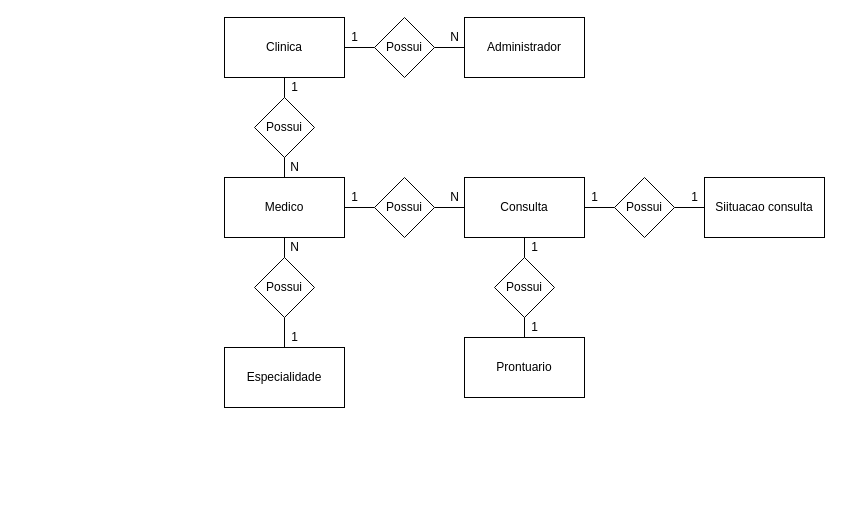
Earlier version of the draw.io diagram page "Page-1" (1 of 2) of Modelagem/Modelagem-SpMedGroup-Conceitual-Logico.drawio (FelipeSabino-del/senai_spmedgroup_sprint1_bd_tarde_FelipeSabino-). Source tidied: cells renumbered, new cells numbered last; positions are measured from the earlier drawing's top-left corner, leaving out a move shared by most shapes. Both pictures are drawn from the tidied source at 100%, with x=0, y=0 at pixel (224, 17).
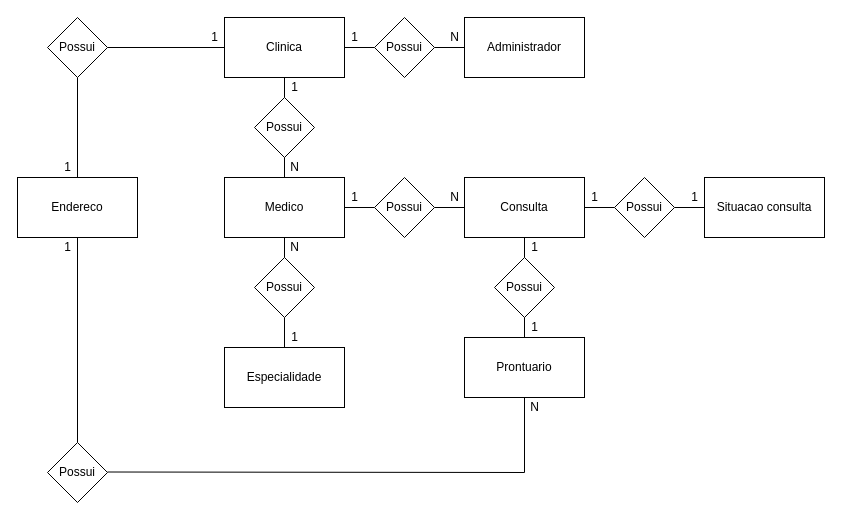
The same page after the edit.

Unchanged cells that the change refers to:
```xml
<mxCell id="6" value="Clinica" style="rounded=0;whiteSpace=wrap;html=1;" parent="1" vertex="1">
  <mxGeometry width="120" height="60" as="geometry" />
</mxCell>
<mxCell id="7" value="Prontuario" style="rounded=0;whiteSpace=wrap;html=1;" parent="1" vertex="1">
  <mxGeometry x="240" y="320" width="120" height="60" as="geometry" />
</mxCell>
```

Diff of the diagram source:
```diff
@@
-    <mxCell id="11" value="Siituacao consulta" style="rounded=0;whiteSpace=wrap;html=1;" parent="1" vertex="1">
+    <mxCell id="11" value="Situacao consulta" style="rounded=0;whiteSpace=wrap;html=1;" parent="1" vertex="1">
       <mxGeometry x="480" y="160" width="120" height="60" as="geometry" />
     </mxCell>
@@
+    <mxCell id="39" value="Endereco" style="rounded=0;whiteSpace=wrap;html=1;" parent="1" vertex="1">
+      <mxGeometry x="-207" y="160" width="120" height="60" as="geometry" />
+    </mxCell>
+    <mxCell id="40" style="edgeStyle=orthogonalEdgeStyle;rounded=0;jettySize=auto;html=1;entryX=0.5;entryY=0;entryDx=0;entryDy=0;endArrow=none;endFill=0;" parent="1" edge="1" source="42" target="39">
+      <mxGeometry relative="1" as="geometry" />
+    </mxCell>
+    <mxCell id="41" style="edgeStyle=orthogonalEdgeStyle;rounded=0;jettySize=auto;html=1;endArrow=none;endFill=0;entryX=0;entryY=0.5;entryDx=0;entryDy=0;" parent="1" edge="1" source="42" target="6">
+      <mxGeometry relative="1" as="geometry" />
+    </mxCell>
+    <mxCell id="42" value="Possui" style="rhombus;whiteSpace=wrap;html=1;" parent="1" vertex="1">
+      <mxGeometry x="-177" width="60" height="60" as="geometry" />
+    </mxCell>
+    <mxCell id="43" style="edgeStyle=orthogonalEdgeStyle;rounded=0;jettySize=auto;html=1;endArrow=none;endFill=0;entryX=0.5;entryY=1;entryDx=0;entryDy=0;" parent="1" edge="1" source="44" target="39">
+      <mxGeometry relative="1" as="geometry" />
+    </mxCell>
+    <mxCell id="44" value="Possui" style="rhombus;whiteSpace=wrap;html=1;" parent="1" vertex="1">
+      <mxGeometry x="-177" y="425" width="60" height="60" as="geometry" />
+    </mxCell>
+    <mxCell id="45" style="edgeStyle=orthogonalEdgeStyle;rounded=0;jettySize=auto;html=1;endArrow=none;endFill=0;" parent="1" edge="1" target="7">
+      <mxGeometry relative="1" as="geometry">
+        <mxPoint x="-117" y="454.5" as="sourcePoint" />
+      </mxGeometry>
+    </mxCell>
+    <mxCell id="46" value="1" style="text;html=1;align=center;verticalAlign=middle;" parent="1" vertex="1">
+      <mxGeometry x="-167" y="140" width="20" height="20" as="geometry" />
+    </mxCell>
+    <mxCell id="47" value="1" style="text;html=1;align=center;verticalAlign=middle;" parent="1" vertex="1">
+      <mxGeometry x="-167" y="220" width="20" height="20" as="geometry" />
+    </mxCell>
+    <mxCell id="48" value="1" style="text;html=1;align=center;verticalAlign=middle;" parent="1" vertex="1">
+      <mxGeometry x="-20" y="10" width="20" height="20" as="geometry" />
+    </mxCell>
+    <mxCell id="49" value="N" style="text;html=1;align=center;verticalAlign=middle;" parent="1" vertex="1">
+      <mxGeometry x="300" y="380" width="20" height="20" as="geometry" />
+    </mxCell>
```
